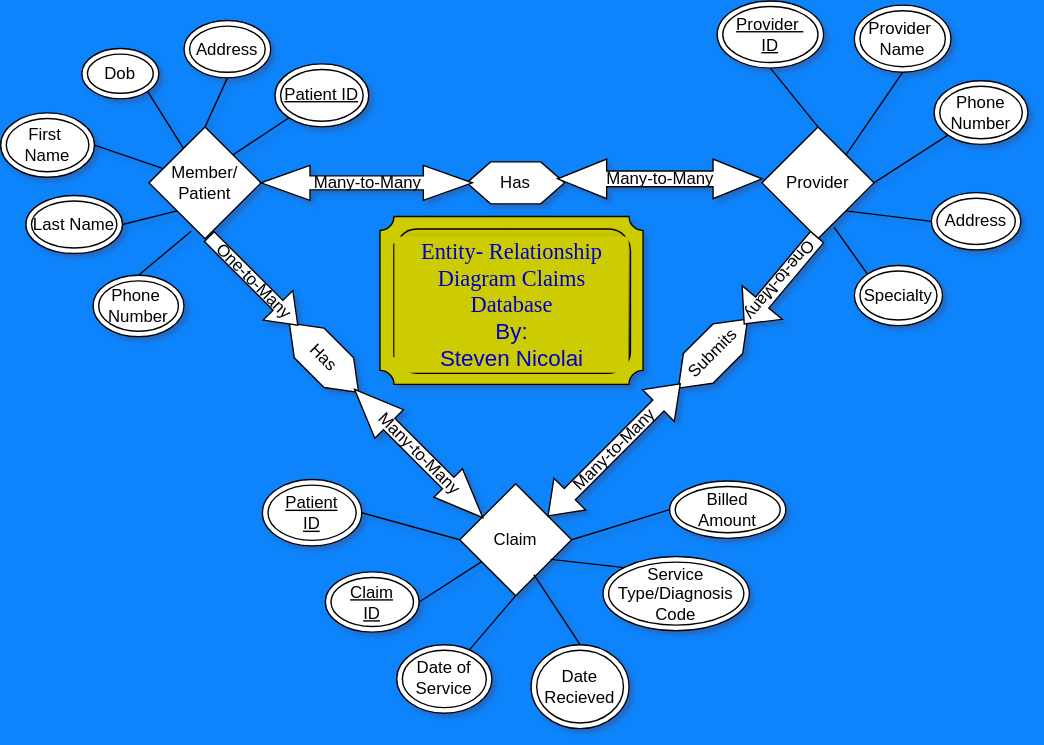
sman213/SQLportfolio keeps this draw.io diagram as ER_Diagram.svg. Above is the earlier version. Source tidied: cells renumbered, new cells last; positions are measured from the earlier drawing's top-left corner, leaving out a move shared by most shapes.
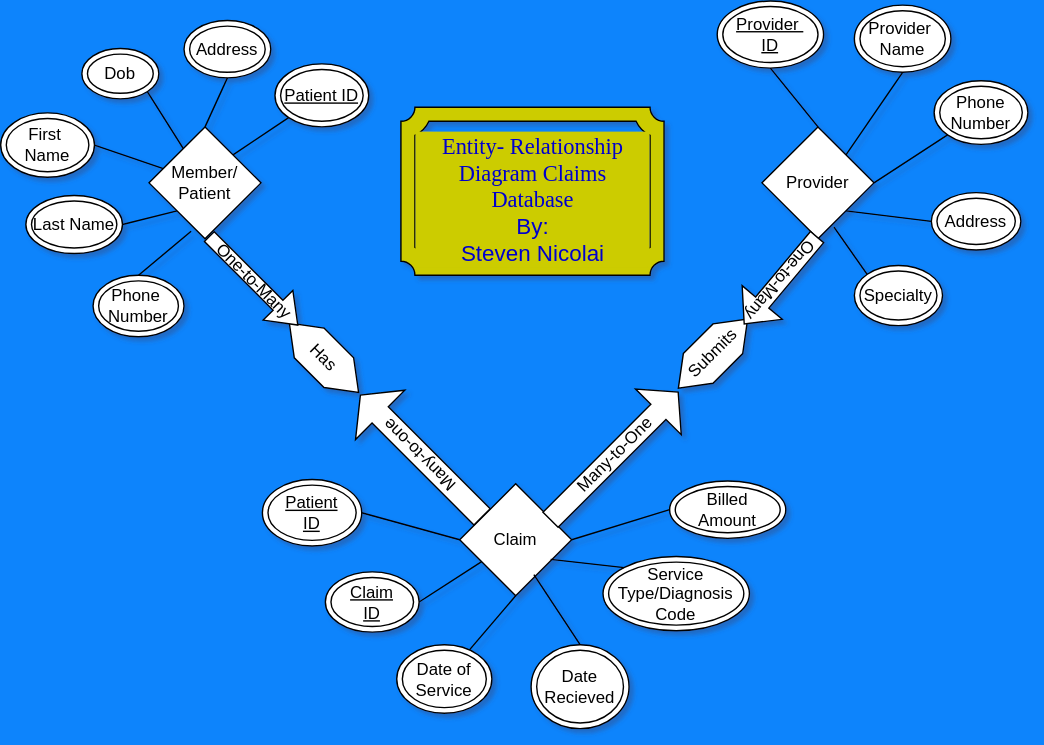
The same diagram one commit later.

The edit, as a diff of the source:
```diff
@@ -14,21 +14,9 @@
     <mxCell id="5" value="Has" style="shape=hexagon;perimeter=hexagonPerimeter2;whiteSpace=wrap;html=1;fixedSize=1;rotation=45;" parent="1" vertex="1">
       <mxGeometry x="196" y="240" width="70" height="30" as="geometry" />
     </mxCell>
-    <mxCell id="6" value="Has" style="shape=hexagon;perimeter=hexagonPerimeter2;whiteSpace=wrap;html=1;fixedSize=1;size=17.058794806985418;" parent="1" vertex="1">
-      <mxGeometry x="333" y="115" width="70" height="30" as="geometry" />
-    </mxCell>
     <mxCell id="7" value="Submits" style="shape=hexagon;perimeter=hexagonPerimeter2;whiteSpace=wrap;html=1;fixedSize=1;rotation=-45;" parent="1" vertex="1">
       <mxGeometry x="474" y="237" width="70" height="30" as="geometry" />
     </mxCell>
-    <mxCell id="8" value="Many-to-Many" style="html=1;shadow=0;dashed=0;align=center;verticalAlign=middle;shape=mxgraph.arrows2.twoWayArrow;dy=0.6;dx=35;" parent="1" vertex="1">
-      <mxGeometry x="186" y="117.5" width="151" height="25" as="geometry" />
-    </mxCell>
-    <mxCell id="9" value="Many-to-Many" style="html=1;shadow=0;dashed=0;align=center;verticalAlign=middle;shape=mxgraph.arrows2.twoWayArrow;dy=0.6;dx=35;" parent="1" vertex="1">
-      <mxGeometry x="398" y="113" width="146" height="28.2" as="geometry" />
-    </mxCell>
-    <mxCell id="10" value="Many-to-Many" style="html=1;shadow=0;dashed=0;align=center;verticalAlign=middle;shape=mxgraph.arrows2.twoWayArrow;dy=0.6;dx=35;rotation=45;" parent="1" vertex="1">
-      <mxGeometry x="233.8" y="308.9" width="129.7" height="28.9" as="geometry" />
-    </mxCell>
     <mxCell id="11" value="One-to-Many" style="html=1;shadow=0;dashed=0;align=center;verticalAlign=middle;shape=mxgraph.arrows2.arrow;dy=0.67;dx=20;notch=0;rotation=45;" parent="1" vertex="1">
       <mxGeometry x="136" y="185" width="89.4" height="30" as="geometry" />
     </mxCell>
@@ -86,9 +74,6 @@
     <mxCell id="29" value="Patient&lt;br&gt;ID" style="ellipse;shape=doubleEllipse;whiteSpace=wrap;html=1;fontStyle=4;" parent="1" vertex="1">
       <mxGeometry x="187" y="342" width="71" height="47.4" as="geometry" />
     </mxCell>
-    <mxCell id="30" value="Many-to-Many" style="html=1;shadow=0;dashed=0;align=center;verticalAlign=middle;shape=mxgraph.arrows2.twoWayArrow;dy=0.65;dx=22;rotation=-45;" parent="1" vertex="1">
-      <mxGeometry x="371.6" y="304.7" width="133.6" height="32.1" as="geometry" />
-    </mxCell>
     <mxCell id="31" style="endArrow=none;exitX=1;exitY=0.5;exitDx=0;exitDy=0;labelBackgroundColor=#000000;fontColor=#FFFFFF;labelBorderColor=#330033;" parent="1" edge="1" source="15" target="2">
       <mxGeometry relative="1" as="geometry" />
     </mxCell>
@@ -145,13 +130,16 @@
       <mxGeometry relative="1" as="geometry" />
     </mxCell>
     <mxCell id="48" style="verticalLabelPosition=bottom;verticalAlign=top;html=1;shape=mxgraph.basic.plaque_frame;dx=10;whiteSpace=wrap;labelBackgroundColor=#CCCC00;labelBorderColor=#CCCC00;fontColor=#CCCC00;fillColor=#CCCC00;gradientColor=none;" parent="1" vertex="1">
-      <mxGeometry x="271" y="154" width="188" height="120" as="geometry" />
+      <mxGeometry x="286" y="76" width="188" height="120" as="geometry" />
     </mxCell>
-    <mxCell id="49" style="rounded=1;whiteSpace=wrap;html=1;labelBackgroundColor=#CCCC00;labelBorderColor=#CCCC00;fontColor=#CCCC00;fillColor=#CCCC00;gradientColor=default;" parent="1" vertex="1">
-      <mxGeometry x="282" y="163" width="168" height="103" as="geometry" />
-    </mxCell>
     <mxCell id="50" value="&lt;font face=&quot;Lucida Console&quot;&gt;Entity- Relationship Diagram Claims Database&lt;br&gt;&lt;/font&gt;By:&lt;br&gt;Steven Nicolai" style="text;html=1;strokeColor=none;fillColor=none;align=center;verticalAlign=middle;whiteSpace=wrap;rounded=0;labelBackgroundColor=#CCCC00;labelBorderColor=#CCCC00;fontSize=16;fontColor=#0000CC;" parent="1" vertex="1">
-      <mxGeometry x="281" y="94" width="169" height="245" as="geometry" />
+      <mxGeometry x="295.5" y="59" width="169" height="165.2" as="geometry" />
     </mxCell>
+    <mxCell id="51" value="Many-to-one" style="html=1;shadow=0;dashed=0;align=center;verticalAlign=middle;shape=mxgraph.arrows2.arrow;dy=0.67;dx=20;notch=0;rotation=-135;" parent="1" vertex="1">
+      <mxGeometry x="239" y="300.2" width="123" height="49.8" as="geometry" />
+    </mxCell>
+    <mxCell id="52" value="Many-to-One" style="html=1;shadow=0;dashed=0;align=center;verticalAlign=middle;shape=mxgraph.arrows2.arrow;dy=0.67;dx=20;notch=0;rotation=-45;" parent="1" vertex="1">
+      <mxGeometry x="374" y="302" width="129" height="46.2" as="geometry" />
+    </mxCell>
   </root>
 </mxGraphModel>
```
